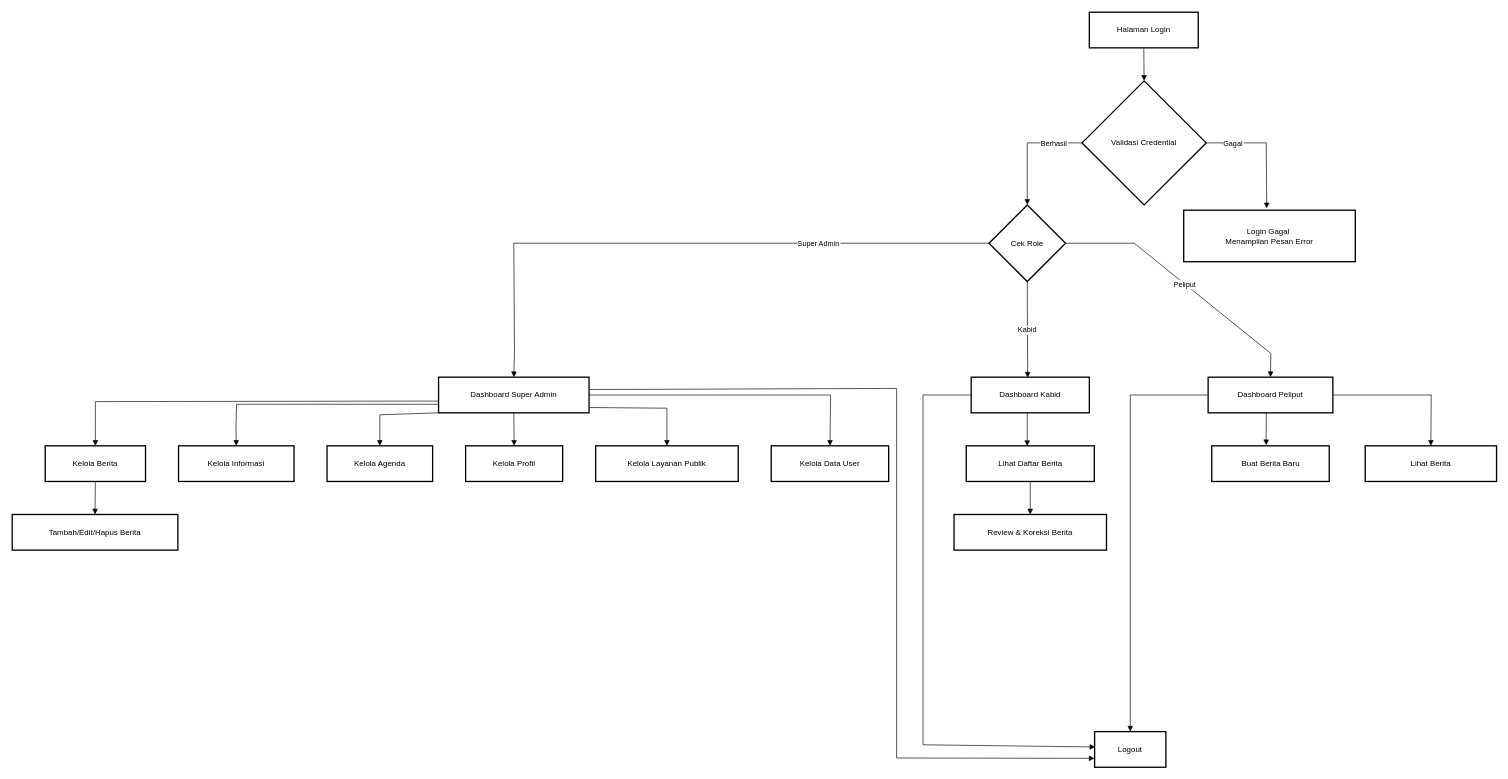
The draw.io diagram Untitled Diagram.drawio in rifdahumay/websitekotapariaman, before the edit. Source tidied: cells renumbered, new cells numbered last; positions are measured from the earlier drawing's top-left corner, leaving out a move shared by most shapes. Both pictures are drawn from the tidied source at 66%, with x=0, y=0 at pixel (12, 12).
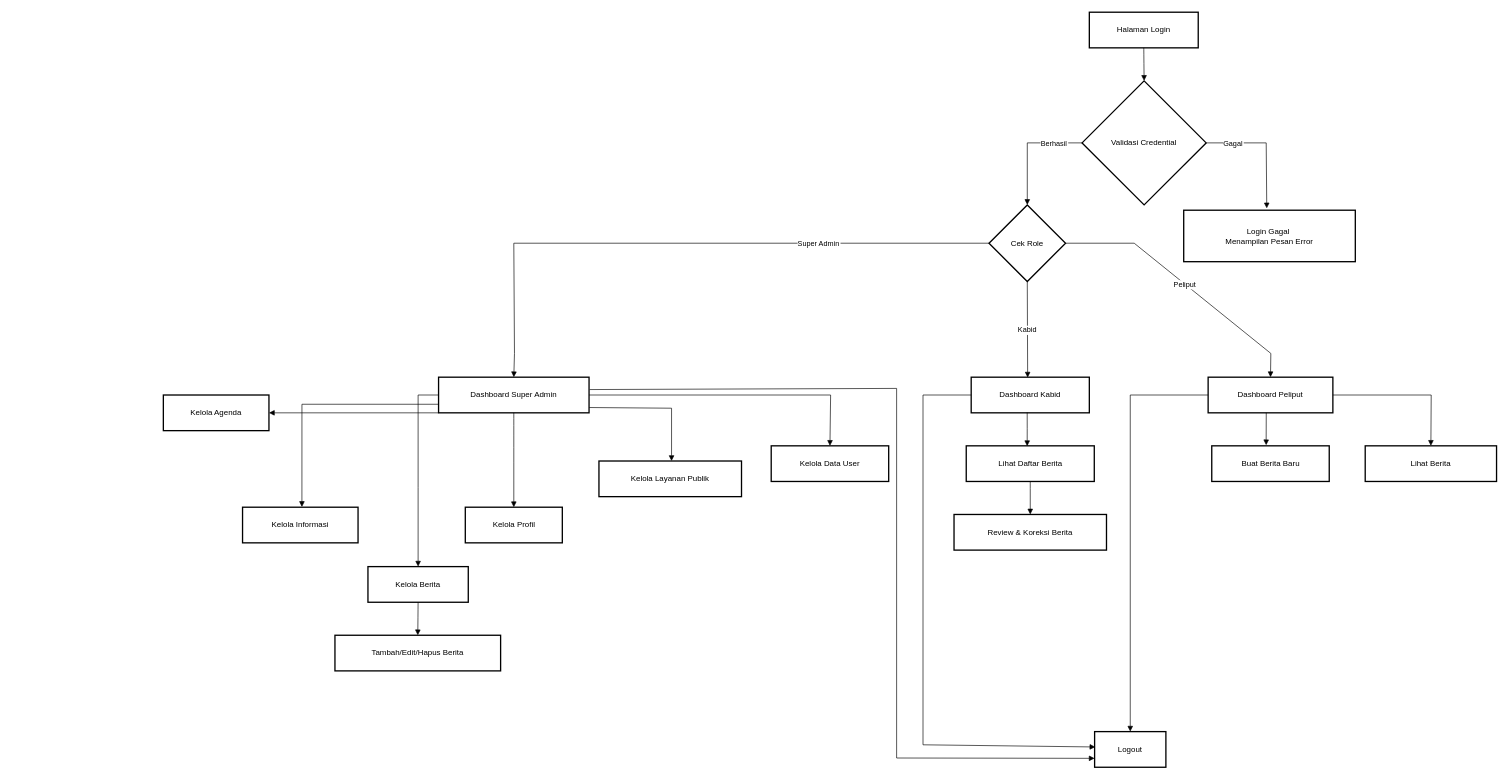
The same diagram, later.

The change refers to these unchanged cells:
```xml
<mxCell id="6" value="Dashboard Super Admin" style="whiteSpace=wrap;strokeWidth=2;" parent="1" vertex="1">
  <mxGeometry x="646" y="553" width="228" height="54" as="geometry" />
</mxCell>
```

What changed in the source:
```diff
@@
     <mxCell id="9" value="Kelola Berita" style="whiteSpace=wrap;strokeWidth=2;" parent="1" vertex="1">
-      <mxGeometry x="50" y="657" width="152" height="54" as="geometry" />
+      <mxGeometry x="539" y="840" width="152" height="54" as="geometry" />
     </mxCell>
     <mxCell id="10" value="Kelola Informasi" style="whiteSpace=wrap;strokeWidth=2;" parent="1" vertex="1">
-      <mxGeometry x="252" y="657" width="175" height="54" as="geometry" />
+      <mxGeometry x="349" y="750" width="175" height="54" as="geometry" />
     </mxCell>
     <mxCell id="11" value="Kelola Agenda" style="whiteSpace=wrap;strokeWidth=2;" parent="1" vertex="1">
-      <mxGeometry x="477" y="657" width="160" height="54" as="geometry" />
+      <mxGeometry x="229" y="580" width="160" height="54" as="geometry" />
     </mxCell>
     <mxCell id="12" value="Kelola Profil" style="whiteSpace=wrap;strokeWidth=2;" parent="1" vertex="1">
-      <mxGeometry x="687" y="657" width="147" height="54" as="geometry" />
+      <mxGeometry x="686.5" y="750" width="147" height="54" as="geometry" />
     </mxCell>
     <mxCell id="13" value="Kelola Layanan Publik" style="whiteSpace=wrap;strokeWidth=2;" parent="1" vertex="1">
-      <mxGeometry x="884" y="657" width="216" height="54" as="geometry" />
+      <mxGeometry x="889" y="680" width="216" height="54" as="geometry" />
     </mxCell>
@@
     <mxCell id="15" value="Tambah/Edit/Hapus Berita" style="whiteSpace=wrap;strokeWidth=2;" parent="1" vertex="1">
-      <mxGeometry y="761" width="251" height="54" as="geometry" />
+      <mxGeometry x="489" y="944" width="251" height="54" as="geometry" />
     </mxCell>
@@
-    <mxCell id="27" style="curved=0;startArrow=none;endArrow=block;exitX=0;exitY=0.67;entryX=0.5;entryY=0;rounded=0;" parent="1" edge="1" source="6" target="9">
+    <mxCell id="27" style="curved=0;startArrow=none;endArrow=block;exitX=0;exitY=0.5;entryX=0.5;entryY=0;rounded=0;exitDx=0;exitDy=0;" parent="1" edge="1" source="6" target="9">
       <mxGeometry relative="1" as="geometry">
         <Array as="points">
-          <mxPoint x="126" y="590" />
-          <mxPoint x="126" y="632" />
+          <mxPoint x="615" y="580" />
+          <mxPoint x="615" y="720" />
         </Array>
       </mxGeometry>
     </mxCell>
-    <mxCell id="28" style="curved=0;startArrow=none;endArrow=block;exitX=0;exitY=0.76;entryX=0.5;entryY=0;rounded=0;" parent="1" edge="1" source="6" target="10">
+    <mxCell id="28" style="curved=0;startArrow=none;endArrow=block;exitX=0;exitY=0.76;entryX=0.514;entryY=-0.007;rounded=0;entryDx=0;entryDy=0;entryPerimeter=0;" parent="1" edge="1" source="6" target="10">
       <mxGeometry relative="1" as="geometry">
         <Array as="points">
-          <mxPoint x="340" y="594" />
-          <mxPoint x="339" y="632" />
+          <mxPoint x="439" y="594" />
         </Array>
       </mxGeometry>
     </mxCell>
-    <mxCell id="29" style="curved=0;startArrow=none;endArrow=block;exitX=0;exitY=1;entryX=0.5;entryY=0;rounded=0;exitDx=0;exitDy=0;" parent="1" edge="1" source="6" target="11">
-      <mxGeometry relative="1" as="geometry">
-        <Array as="points">
-          <mxPoint x="557" y="610" />
-        </Array>
-      </mxGeometry>
+    <mxCell id="29" style="curved=0;startArrow=none;endArrow=block;exitX=0;exitY=1;entryX=1;entryY=0.5;rounded=0;exitDx=0;exitDy=0;entryDx=0;entryDy=0;" parent="1" edge="1" source="6" target="11">
+      <mxGeometry relative="1" as="geometry" />
     </mxCell>
@@
-    <mxCell id="31" style="curved=0;startArrow=none;endArrow=block;entryX=0.5;entryY=0;rounded=0;exitX=1.001;exitY=0.851;exitDx=0;exitDy=0;exitPerimeter=0;" parent="1" edge="1" source="6" target="13">
+    <mxCell id="31" style="curved=0;startArrow=none;endArrow=block;rounded=0;exitX=1.001;exitY=0.851;exitDx=0;exitDy=0;exitPerimeter=0;" parent="1" edge="1" source="6">
       <mxGeometry relative="1" as="geometry">
+        <mxPoint x="999" y="680" as="targetPoint" />
         <Array as="points">
-          <mxPoint x="992" y="600" />
+          <mxPoint x="999" y="600" />
         </Array>
       </mxGeometry>
     </mxCell>
```
